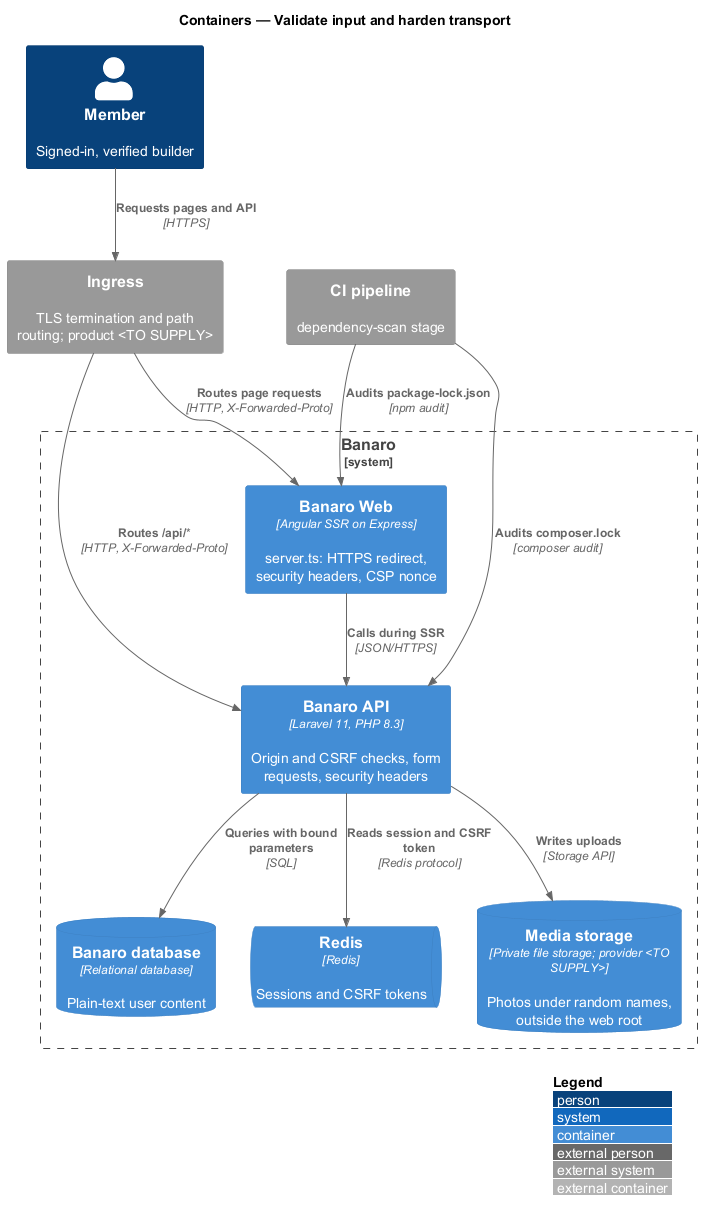
Above: docs/detailed-designs/security/validate-input-and-harden-transport/diagrams/c4-container.png in QuinntyneBrown/banaro (PlantUML), before the change. The source it was exported from:
```plantuml
@startuml
!include <C4/C4_Container>
LAYOUT_WITH_LEGEND()
title Containers — Validate input and harden transport

Person(member, "Member", "Signed-in, verified builder")
System_Ext(ingress, "Ingress", "TLS termination and path routing; product <TO SUPPLY>")
System_Ext(ci, "CI pipeline", "dependency-scan stage")

System_Boundary(banaro, "Banaro") {
  Container(web, "Banaro Web", "Angular SSR on Express", "server.ts: HTTPS redirect, security headers, CSP nonce")
  Container(api, "Banaro API", "Laravel 11, PHP 8.3", "Origin and CSRF checks, form requests, security headers")
  ContainerDb(db, "Banaro database", "Relational database", "Plain-text user content")
  ContainerQueue(redis, "Redis", "Redis", "Sessions and CSRF tokens")
  ContainerDb(media, "Media storage", "Private file storage; provider <TO SUPPLY>", "Photos under random names, outside the web root")
}

Rel(member, ingress, "Requests pages and API", "HTTPS")
Rel(ingress, web, "Routes page requests", "HTTP, X-Forwarded-Proto")
Rel(ingress, api, "Routes /api/*", "HTTP, X-Forwarded-Proto")
Rel(web, api, "Calls during SSR", "JSON/HTTPS")
Rel(api, redis, "Reads session and CSRF token", "Redis protocol")
Rel(api, db, "Queries with bound parameters", "SQL")
Rel(api, media, "Writes uploads", "Storage API")
Rel(ci, api, "Audits composer.lock", "composer audit")
Rel(ci, web, "Audits package-lock.json", "npm audit")
@enduml
```
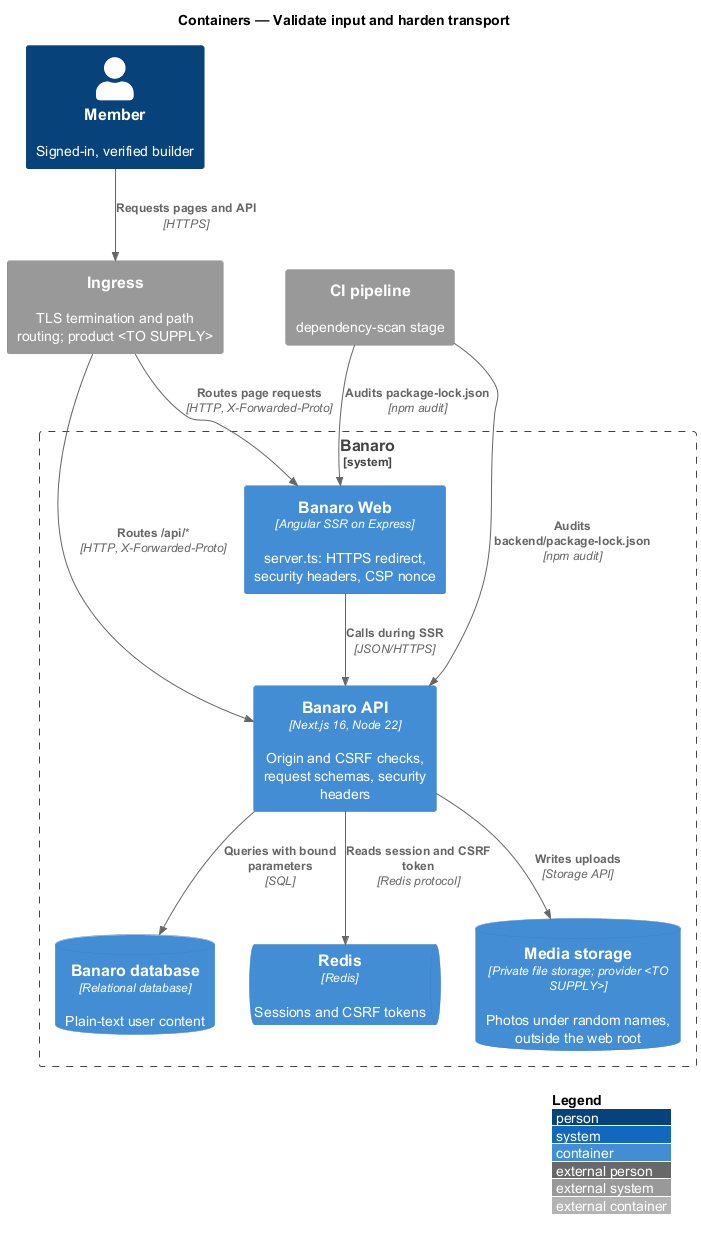
The same file after the commit.

What changed in the source:
```diff
@@ -9,7 +9,7 @@
 
 System_Boundary(banaro, "Banaro") {
   Container(web, "Banaro Web", "Angular SSR on Express", "server.ts: HTTPS redirect, security headers, CSP nonce")
-  Container(api, "Banaro API", "Laravel 11, PHP 8.3", "Origin and CSRF checks, form requests, security headers")
+  Container(api, "Banaro API", "Next.js 16, Node 22", "Origin and CSRF checks, request schemas, security headers")
   ContainerDb(db, "Banaro database", "Relational database", "Plain-text user content")
   ContainerQueue(redis, "Redis", "Redis", "Sessions and CSRF tokens")
   ContainerDb(media, "Media storage", "Private file storage; provider <TO SUPPLY>", "Photos under random names, outside the web root")
@@ -22,6 +22,6 @@
 Rel(api, redis, "Reads session and CSRF token", "Redis protocol")
 Rel(api, db, "Queries with bound parameters", "SQL")
 Rel(api, media, "Writes uploads", "Storage API")
-Rel(ci, api, "Audits composer.lock", "composer audit")
+Rel(ci, api, "Audits backend/package-lock.json", "npm audit")
 Rel(ci, web, "Audits package-lock.json", "npm audit")
 @enduml
```
